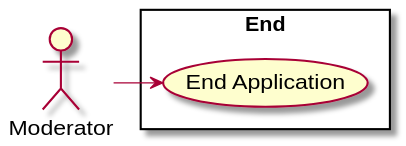
This is Docs/Technical Specifications/docs/diagrams/UseCase/Moderator_Client_C.svg from Brotenko/QualityQuest, a PlantUML export, as it was before one commit. Its diagram source:
```plantuml
@startuml
rectangle "End" {
    usecase "End Application" as a
}

actor "Moderator" as b

b -right-> a
@enduml
```
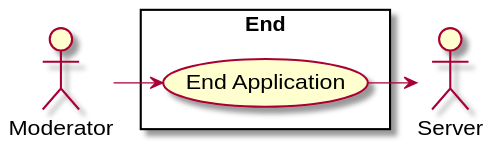
After the commit.

Commit message:
New use-case diagrams for the moderator-client.

The edit, as a diff of the source:
```diff
@@ -4,6 +4,8 @@
 }
 
 actor "Moderator" as b
+actor "Server" as s
 
 b -right-> a
+a -> s
 @enduml
```
